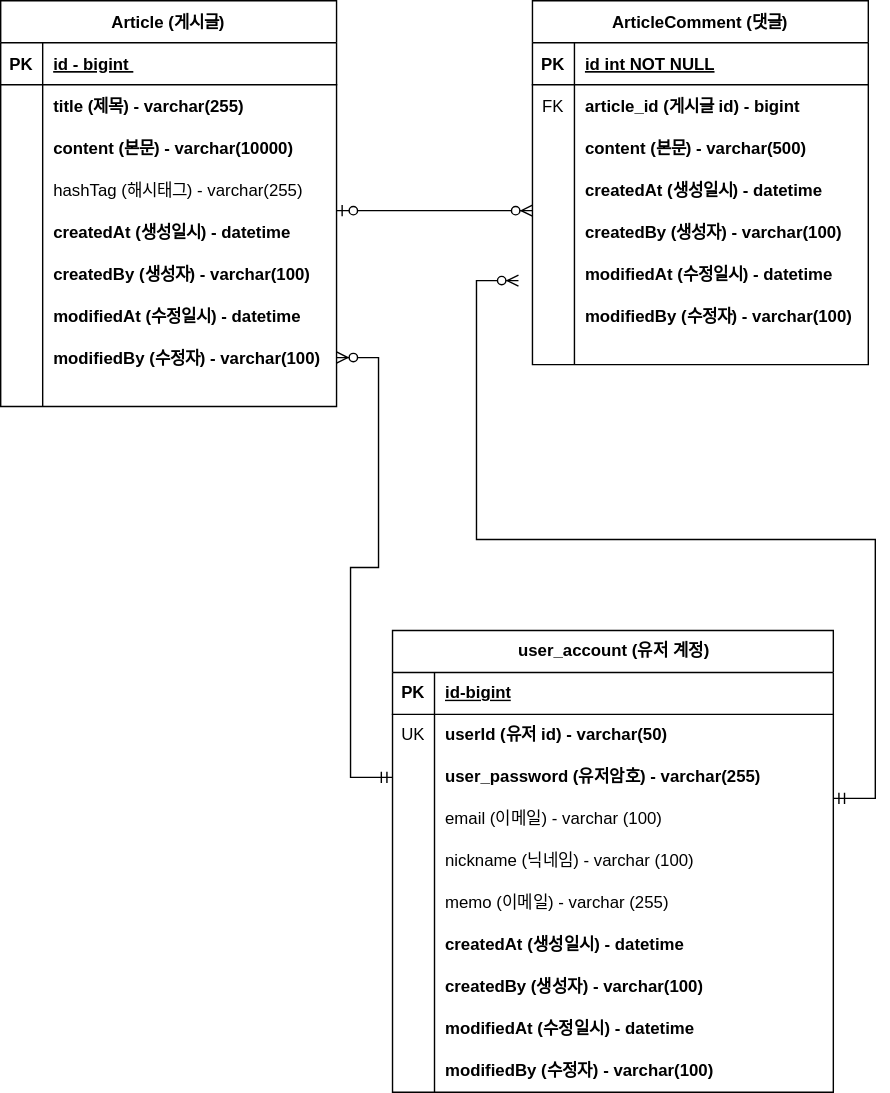
Above: document/project-board-erd.svg in Kim-Soon-Ki/fastcampus-project-board (draw.io), before the change. Source tidied: cells renumbered, new cells last; positions are measured from the earlier drawing's top-left corner, leaving out a move shared by most shapes.
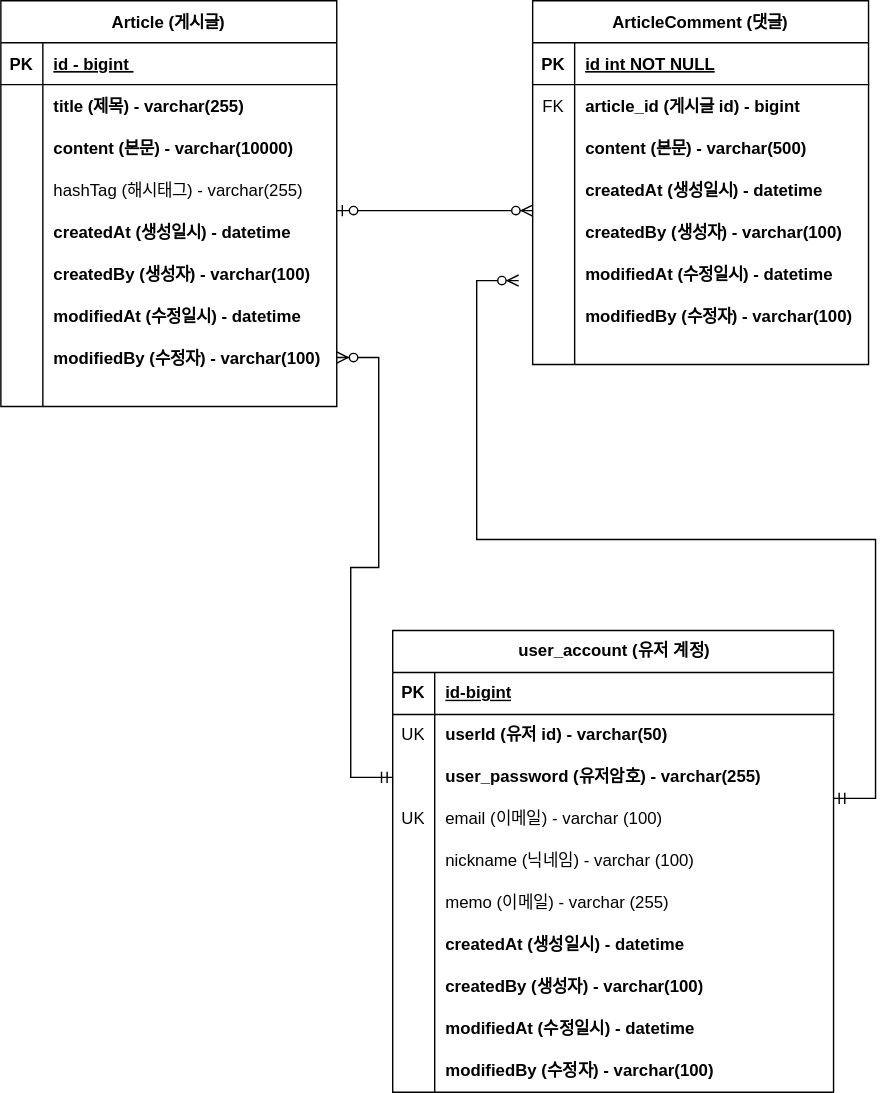
Above is the later version.

Commit message:
#29 - erd 업데이트: 회원 계정 도메인의 이메일에 유니크 키 추가

Diff of the diagram source:
```diff
@@ -35,7 +35,7 @@
     <mxCell id="12" style="shape=tableRow;horizontal=0;startSize=0;swimlaneHead=0;swimlaneBody=0;fillColor=none;top=0;left=0;right=0;bottom=0;" parent="2" vertex="1">
       <mxGeometry y="120" width="315" height="30" as="geometry" />
     </mxCell>
-    <mxCell id="13" style="shape=partialRectangle;fillColor=none;top=0;left=0;bottom=0;right=0;overflow=hidden;whiteSpace=wrap;html=1;" parent="12" vertex="1">
+    <mxCell id="13" value="UK" style="shape=partialRectangle;fillColor=none;top=0;left=0;bottom=0;right=0;overflow=hidden;whiteSpace=wrap;html=1;" parent="12" vertex="1">
       <mxGeometry width="30" height="30" as="geometry" />
     </mxCell>
     <mxCell id="14" value="email (이메일) - varchar (100)" style="shape=partialRectangle;fillColor=none;top=0;left=0;bottom=0;right=0;align=left;spacingLeft=6;overflow=hidden;whiteSpace=wrap;html=1;" parent="12" vertex="1">
```
